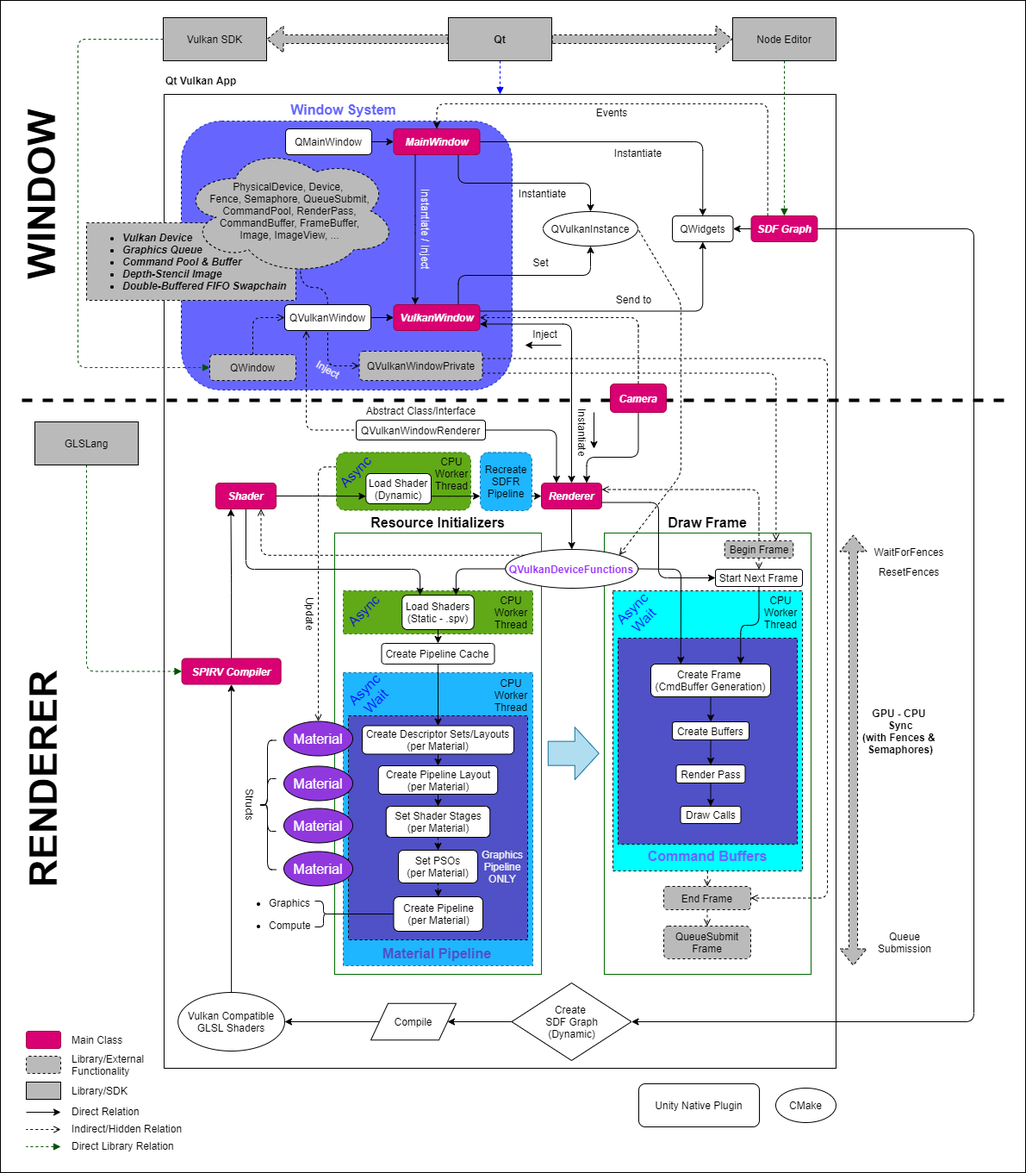
This is docs/design/high-level-architecture.png from hiradyazdan/sdf-ray4d-engine, a draw.io export, as it was before one commit. Source tidied: cells renumbered, new cells last; positions are measured from the earlier drawing's top-left corner, leaving out a move shared by most shapes.
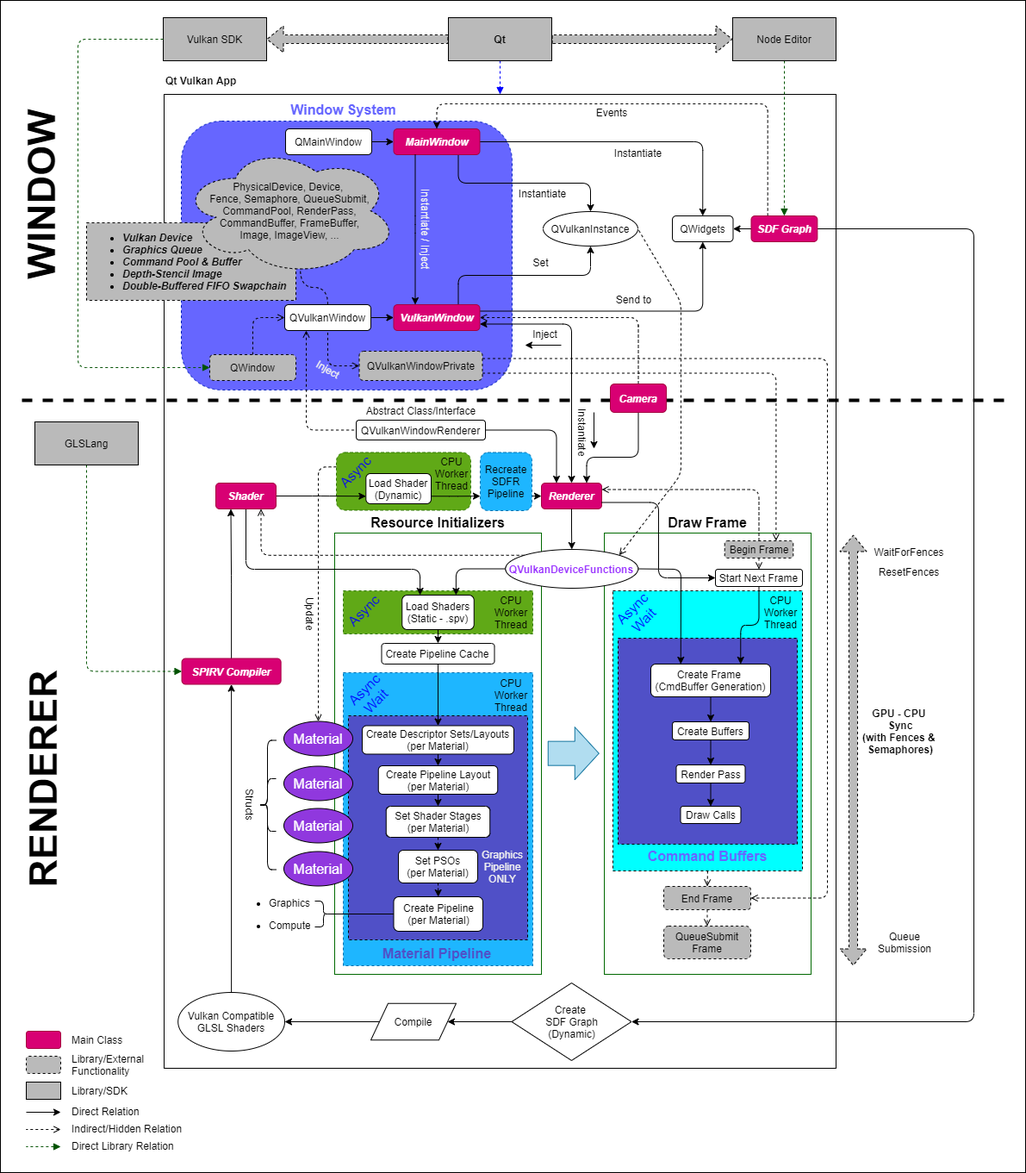
After the change.

Diff of the diagram source:
```diff
@@ -35,9 +35,6 @@
     <mxCell id="12" value="Vulkan SDK" style="rounded=0;whiteSpace=wrap;html=1;fillColor=#BABABA;" parent="1" vertex="1">
       <mxGeometry x="271" y="20" width="120" height="50" as="geometry" />
     </mxCell>
-    <mxCell id="13" value="Unity Native Plugin" style="rounded=1;whiteSpace=wrap;html=1;" parent="1" vertex="1">
-      <mxGeometry x="823" y="1257" width="140" height="50" as="geometry" />
-    </mxCell>
     <mxCell id="14" style="edgeStyle=orthogonalEdgeStyle;rounded=1;jettySize=auto;html=1;exitX=0.5;exitY=1;exitDx=0;exitDy=0;entryX=0.5;entryY=0;entryDx=0;entryDy=0;endArrow=block;endFill=1;dashed=1;strokeColor=#005200;" parent="1" edge="1" source="15" target="138">
       <mxGeometry relative="1" as="geometry">
         <Array as="points">
@@ -49,9 +46,6 @@
     <mxCell id="15" value="Node Editor" style="rounded=0;whiteSpace=wrap;html=1;fillColor=#BABABA;" parent="1" vertex="1">
       <mxGeometry x="932" y="20" width="120" height="50" as="geometry" />
     </mxCell>
-    <mxCell id="16" value="CMake" style="ellipse;whiteSpace=wrap;html=1;" parent="1" vertex="1">
-      <mxGeometry x="982" y="1262" width="70" height="40" as="geometry" />
-    </mxCell>
     <mxCell id="17" style="edgeStyle=orthogonalEdgeStyle;rounded=0;jettySize=auto;html=1;exitX=1;exitY=0.5;exitDx=0;exitDy=0;" parent="1" edge="1" source="50" target="27">
       <mxGeometry relative="1" as="geometry" />
     </mxCell>
```
